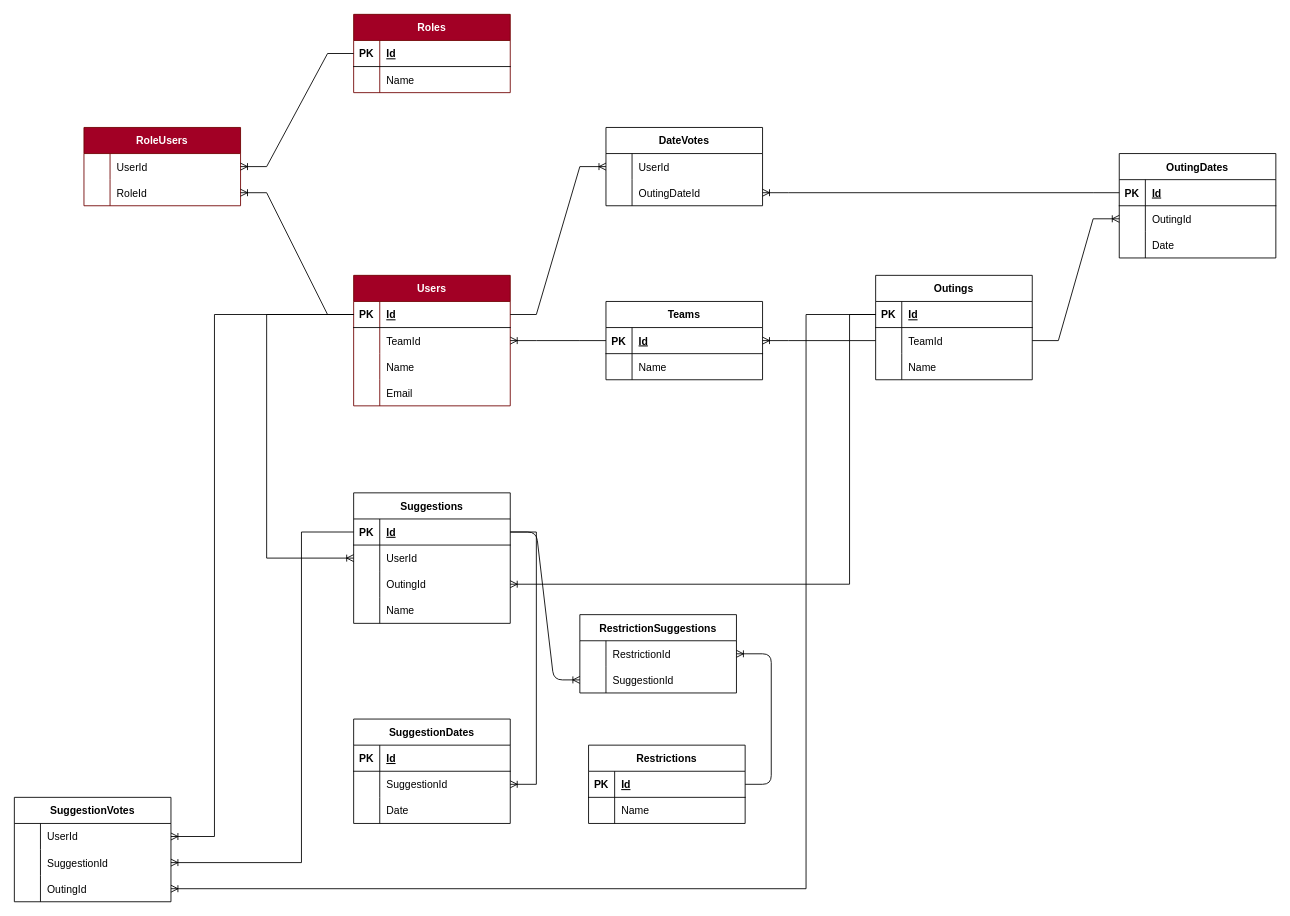
Above: docs/ERD.drawio in PS222407/cgi-talpa-groepsopdracht (draw.io), before the change. Source tidied: cells renumbered, new cells numbered last; positions are measured from the earlier drawing's top-left corner, leaving out a move shared by most shapes. Both pictures are drawn from the tidied source at 87%, with x=0, y=0 at pixel (14, 14).
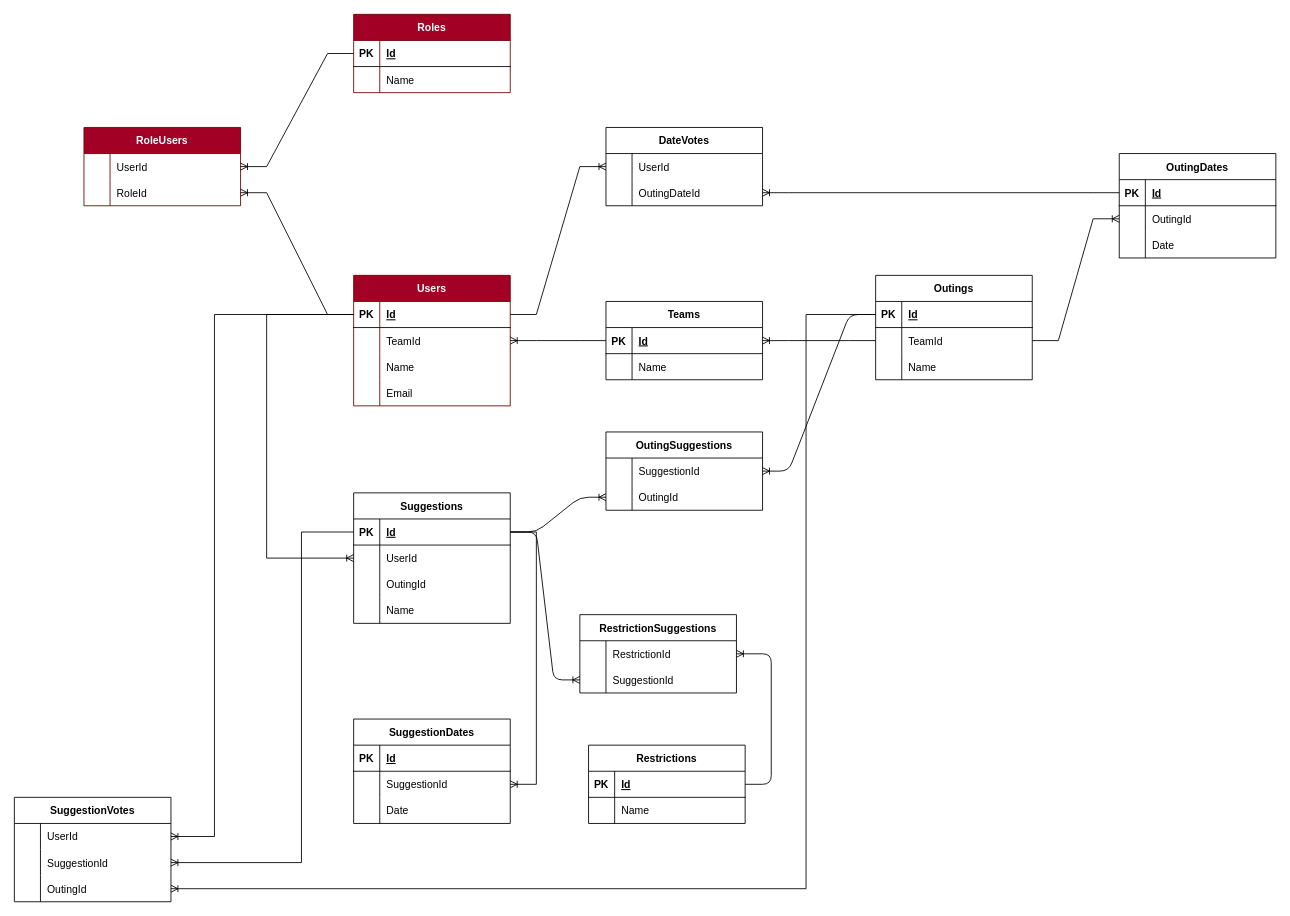
The same diagram, later.

The change refers to these unchanged cells:
```xml
<mxCell id="32" style="shape=tableRow;horizontal=0;startSize=0;swimlaneHead=0;swimlaneBody=0;fillColor=none;points=[[0,0.5],[1,0.5]];portConstraint=eastwest;top=0;left=0;right=0;bottom=1;rounded=0;" parent="31" vertex="1">
  <mxGeometry y="30" width="180" height="30" as="geometry" />
</mxCell>
<mxCell id="38" style="shape=tableRow;horizontal=0;startSize=0;swimlaneHead=0;swimlaneBody=0;fillColor=none;points=[[0,0.5],[1,0.5]];portConstraint=eastwest;top=0;left=0;right=0;bottom=0;rounded=0;" parent="31" vertex="1">
  <mxGeometry y="90" width="180" height="30" as="geometry" />
</mxCell>
<mxCell id="45" style="shape=tableRow;horizontal=0;startSize=0;swimlaneHead=0;swimlaneBody=0;fillColor=none;points=[[0,0.5],[1,0.5]];portConstraint=eastwest;top=0;left=0;right=0;bottom=1;rounded=0;" parent="44" vertex="1">
  <mxGeometry y="30" width="180" height="30" as="geometry" />
</mxCell>
```

The edit, as a diff of the source:
```diff
@@
-    <mxCell id="78" style="edgeStyle=orthogonalEdgeStyle;fontSize=12;html=1;endArrow=ERoneToMany;rounded=0;" parent="1" edge="1" source="45" target="38">
-      <mxGeometry relative="1" as="geometry">
-        <Array as="points">
-          <mxPoint x="960" y="345" />
-          <mxPoint x="960" y="655" />
-        </Array>
-      </mxGeometry>
-    </mxCell>
@@
+    <mxCell id="125" value="OutingSuggestions" style="shape=table;startSize=30;childLayout=tableLayout;rowLines=0;fontStyle=1;align=center;rounded=0;" parent="1" vertex="1">
+      <mxGeometry x="680" y="480" width="180" height="90" as="geometry" />
+    </mxCell>
+    <mxCell id="126" style="shape=tableRow;horizontal=0;startSize=0;swimlaneHead=0;swimlaneBody=0;fillColor=none;points=[[0,0.5],[1,0.5]];portConstraint=eastwest;top=0;left=0;right=0;bottom=0;rounded=0;" parent="125" vertex="1">
+      <mxGeometry y="30" width="180" height="30" as="geometry" />
+    </mxCell>
+    <mxCell id="127" style="shape=partialRectangle;fillColor=none;top=0;left=0;bottom=0;right=0;overflow=hidden;rounded=0;" parent="126" vertex="1">
+      <mxGeometry width="30" height="30" as="geometry" />
+    </mxCell>
+    <mxCell id="128" value="SuggestionId" style="shape=partialRectangle;fillColor=none;top=0;left=0;bottom=0;right=0;align=left;spacingLeft=6;overflow=hidden;rounded=0;" parent="126" vertex="1">
+      <mxGeometry x="30" width="150" height="30" as="geometry" />
+    </mxCell>
+    <mxCell id="129" style="shape=tableRow;horizontal=0;startSize=0;swimlaneHead=0;swimlaneBody=0;fillColor=none;points=[[0,0.5],[1,0.5]];portConstraint=eastwest;top=0;left=0;right=0;bottom=0;rounded=0;" parent="125" vertex="1">
+      <mxGeometry y="60" width="180" height="30" as="geometry" />
+    </mxCell>
+    <mxCell id="130" style="shape=partialRectangle;fillColor=none;top=0;left=0;bottom=0;right=0;overflow=hidden;rounded=0;" parent="129" vertex="1">
+      <mxGeometry width="30" height="30" as="geometry" />
+    </mxCell>
+    <mxCell id="131" value="OutingId" style="shape=partialRectangle;fillColor=none;top=0;left=0;bottom=0;right=0;align=left;spacingLeft=6;overflow=hidden;rounded=0;" parent="129" vertex="1">
+      <mxGeometry x="30" width="150" height="30" as="geometry" />
+    </mxCell>
+    <mxCell id="132" style="edgeStyle=entityRelationEdgeStyle;fontSize=12;html=1;endArrow=ERoneToMany;" parent="1" edge="1" source="32" target="129">
+      <mxGeometry relative="1" as="geometry" />
+    </mxCell>
+    <mxCell id="133" style="edgeStyle=entityRelationEdgeStyle;fontSize=12;html=1;endArrow=ERoneToMany;" parent="1" edge="1" source="45" target="126">
+      <mxGeometry relative="1" as="geometry" />
+    </mxCell>
```
